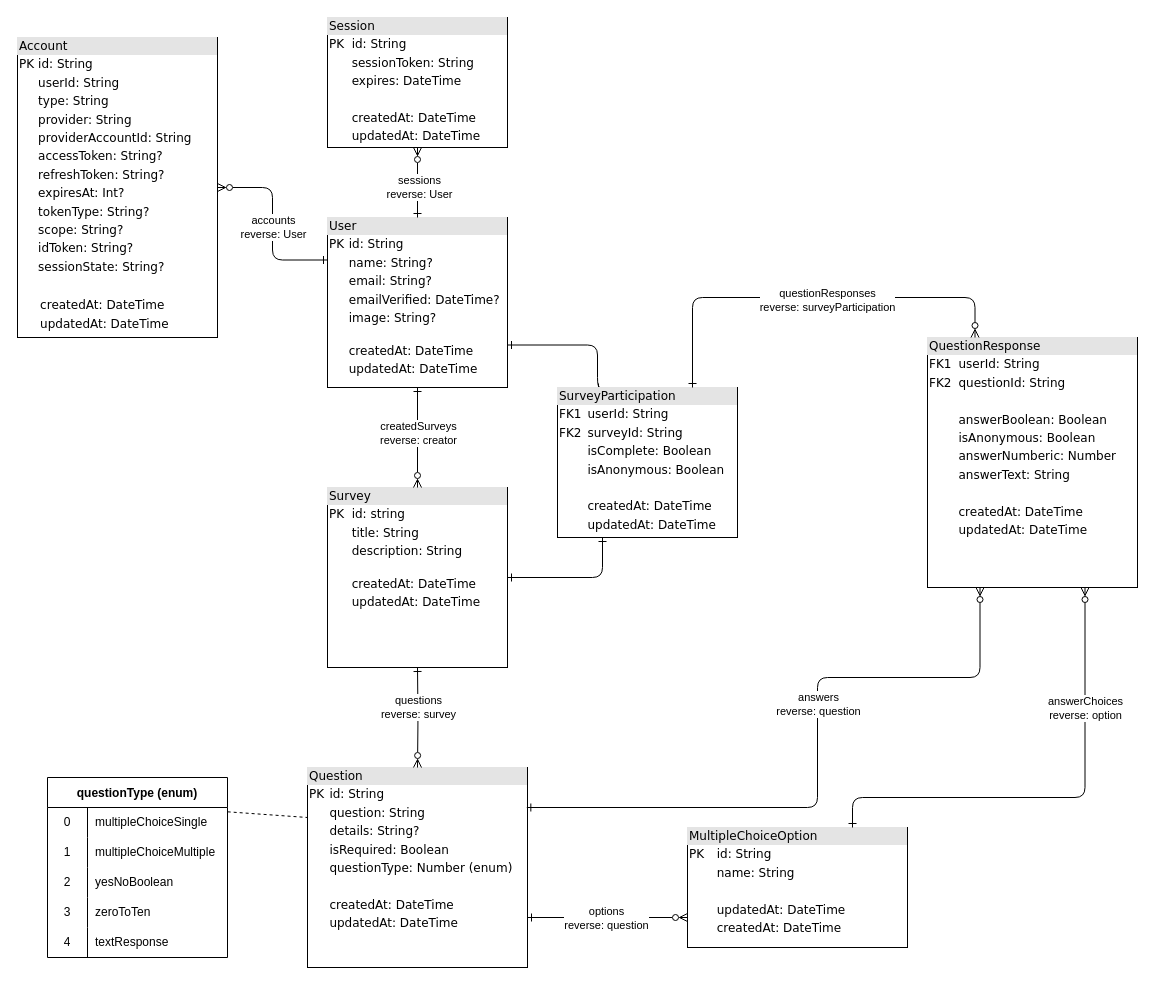
The draw.io diagram _resources/diagrams/anket-database.drawio in c-ehrlich/anket, before the edit. Source tidied: cells renumbered, new cells numbered last; positions are measured from the earlier drawing's top-left corner, leaving out a move shared by most shapes. Both pictures are drawn from the tidied source at 100%, with x=0, y=0 at pixel (17, 17).
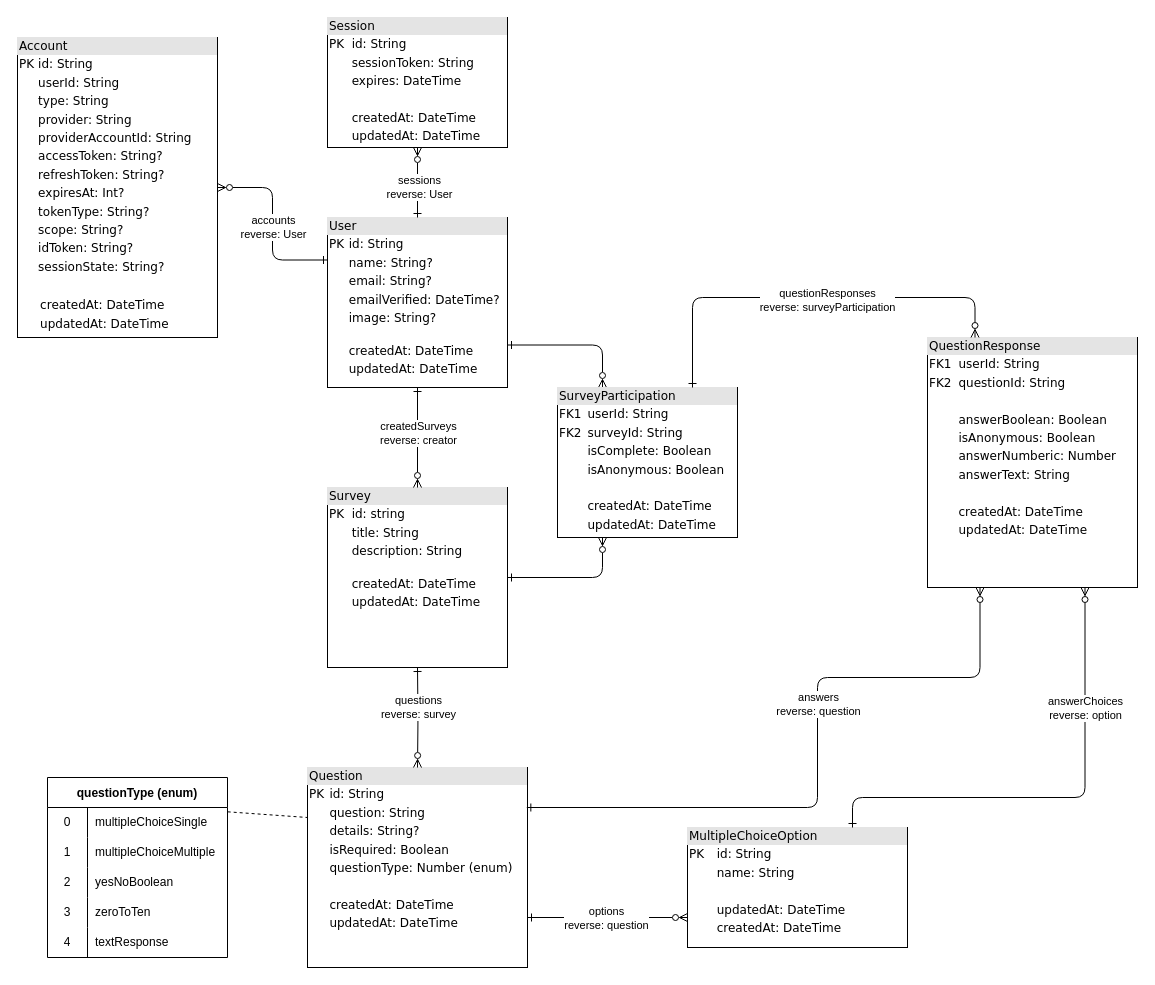
Above is the later version.

Commit message (it also covers changes not shown here):
Create initial Survey schema

The change refers to these unchanged cells:
```xml
<mxCell id="5" value="&lt;div style=&quot;box-sizing: border-box ; width: 100% ; background: #e4e4e4 ; padding: 2px&quot;&gt;SurveyParticipation&lt;/div&gt;&lt;table style=&quot;width: 100% ; font-size: 1em&quot; cellpadding=&quot;2&quot; cellspacing=&quot;0&quot;&gt;&lt;tbody&gt;&lt;tr&gt;&lt;td&gt;FK1&lt;/td&gt;&lt;td&gt;userId: String&lt;/td&gt;&lt;/tr&gt;&lt;tr&gt;&lt;td&gt;FK2&lt;/td&gt;&lt;td&gt;surveyId: String&lt;/td&gt;&lt;/tr&gt;&lt;tr&gt;&lt;td&gt;&lt;/td&gt;&lt;td&gt;isComplete: Boolean&lt;/td&gt;&lt;/tr&gt;&lt;tr&gt;&lt;td&gt;&lt;br&gt;&lt;/td&gt;&lt;td&gt;isAnonymous: Boolean&lt;/td&gt;&lt;/tr&gt;&lt;tr&gt;&lt;td&gt;&lt;br&gt;&lt;/td&gt;&lt;td&gt;&lt;br&gt;&lt;/td&gt;&lt;/tr&gt;&lt;tr&gt;&lt;td&gt;&lt;br&gt;&lt;/td&gt;&lt;td&gt;createdAt: DateTime&lt;/td&gt;&lt;/tr&gt;&lt;tr&gt;&lt;td&gt;&lt;br&gt;&lt;/td&gt;&lt;td&gt;updatedAt: DateTime&lt;/td&gt;&lt;/tr&gt;&lt;/tbody&gt;&lt;/table&gt;" style="verticalAlign=top;align=left;overflow=fill;html=1;rounded=0;shadow=0;comic=0;labelBackgroundColor=none;strokeWidth=1;fontFamily=Verdana;fontSize=12;" parent="1" vertex="1">
  <mxGeometry x="540" y="370" width="180" height="150" as="geometry" />
</mxCell>
<mxCell id="6" value="&lt;div style=&quot;box-sizing: border-box ; width: 100% ; background: #e4e4e4 ; padding: 2px&quot;&gt;Survey&lt;/div&gt;&lt;table style=&quot;width: 100% ; font-size: 1em&quot; cellpadding=&quot;2&quot; cellspacing=&quot;0&quot;&gt;&lt;tbody&gt;&lt;tr&gt;&lt;td&gt;PK&lt;/td&gt;&lt;td&gt;id: string&lt;/td&gt;&lt;/tr&gt;&lt;tr&gt;&lt;td&gt;&lt;br&gt;&lt;/td&gt;&lt;td&gt;title: String&lt;/td&gt;&lt;/tr&gt;&lt;tr&gt;&lt;td&gt;&lt;br&gt;&lt;/td&gt;&lt;td&gt;description: String&lt;br&gt;&lt;br&gt;&lt;/td&gt;&lt;/tr&gt;&lt;tr&gt;&lt;td&gt;&lt;/td&gt;&lt;td&gt;createdAt: DateTime&lt;/td&gt;&lt;/tr&gt;&lt;tr&gt;&lt;td&gt;&lt;br&gt;&lt;/td&gt;&lt;td&gt;updatedAt: DateTime&lt;br&gt;&lt;br&gt;&lt;/td&gt;&lt;/tr&gt;&lt;/tbody&gt;&lt;/table&gt;" style="verticalAlign=top;align=left;overflow=fill;html=1;rounded=0;shadow=0;comic=0;labelBackgroundColor=none;strokeWidth=1;fontFamily=Verdana;fontSize=12;" parent="1" vertex="1">
  <mxGeometry x="310" y="470" width="180" height="180" as="geometry" />
</mxCell>
<mxCell id="10" value="&lt;div style=&quot;box-sizing: border-box ; width: 100% ; background: #e4e4e4 ; padding: 2px&quot;&gt;User&lt;/div&gt;&lt;table style=&quot;width: 100% ; font-size: 1em&quot; cellpadding=&quot;2&quot; cellspacing=&quot;0&quot;&gt;&lt;tbody&gt;&lt;tr&gt;&lt;td&gt;PK&lt;/td&gt;&lt;td&gt;id: String&lt;/td&gt;&lt;/tr&gt;&lt;tr&gt;&lt;td&gt;&lt;br&gt;&lt;/td&gt;&lt;td&gt;name: String?&lt;/td&gt;&lt;/tr&gt;&lt;tr&gt;&lt;td&gt;&lt;/td&gt;&lt;td&gt;email: String?&lt;br&gt;&lt;/td&gt;&lt;/tr&gt;&lt;tr&gt;&lt;td&gt;&lt;br&gt;&lt;/td&gt;&lt;td&gt;emailVerified: DateTime?&lt;/td&gt;&lt;/tr&gt;&lt;tr&gt;&lt;td&gt;&lt;br&gt;&lt;/td&gt;&lt;td&gt;image: String?&lt;br&gt;&lt;br&gt;&lt;/td&gt;&lt;/tr&gt;&lt;tr&gt;&lt;td&gt;&lt;br&gt;&lt;/td&gt;&lt;td&gt;createdAt: DateTime&lt;/td&gt;&lt;/tr&gt;&lt;tr&gt;&lt;td&gt;&lt;br&gt;&lt;/td&gt;&lt;td&gt;updatedAt: DateTime&lt;/td&gt;&lt;/tr&gt;&lt;/tbody&gt;&lt;/table&gt;" style="verticalAlign=top;align=left;overflow=fill;html=1;rounded=0;shadow=0;comic=0;labelBackgroundColor=none;strokeWidth=1;fontFamily=Verdana;fontSize=12;" parent="1" vertex="1">
  <mxGeometry x="310" y="200" width="180" height="170" as="geometry" />
</mxCell>
```

What changed in the source:
```diff
@@
-    <mxCell id="3" style="edgeStyle=orthogonalEdgeStyle;html=1;labelBackgroundColor=none;startArrow=ERone;endArrow=ERone;fontFamily=Verdana;fontSize=12;align=left;endFill=0;startFill=0;entryX=1;entryY=0.5;entryDx=0;entryDy=0;exitX=0.25;exitY=1;exitDx=0;exitDy=0;" parent="1" edge="1" source="5" target="6">
+    <mxCell id="3" style="edgeStyle=orthogonalEdgeStyle;html=1;labelBackgroundColor=none;startArrow=ERzeroToMany;endArrow=ERone;fontFamily=Verdana;fontSize=12;align=left;endFill=0;startFill=0;entryX=1;entryY=0.5;entryDx=0;entryDy=0;exitX=0.25;exitY=1;exitDx=0;exitDy=0;" parent="1" edge="1" source="5" target="6">
       <mxGeometry relative="1" as="geometry" />
     </mxCell>
-    <mxCell id="4" style="edgeStyle=orthogonalEdgeStyle;html=1;entryX=0.25;entryY=0;labelBackgroundColor=none;startArrow=ERone;endArrow=ERone;fontFamily=Verdana;fontSize=12;align=left;entryDx=0;entryDy=0;startFill=0;endFill=0;exitX=1;exitY=0.75;exitDx=0;exitDy=0;" parent="1" edge="1" source="10" target="5">
+    <mxCell id="4" style="edgeStyle=orthogonalEdgeStyle;html=1;entryX=0.25;entryY=0;labelBackgroundColor=none;startArrow=ERone;endArrow=ERzeroToMany;fontFamily=Verdana;fontSize=12;align=left;entryDx=0;entryDy=0;startFill=0;endFill=0;exitX=1;exitY=0.75;exitDx=0;exitDy=0;" parent="1" edge="1" source="10" target="5">
       <mxGeometry relative="1" as="geometry">
         <Array as="points">
-          <mxPoint x="580" y="328" />
-          <mxPoint x="580" y="370" />
+          <mxPoint x="585" y="328" />
         </Array>
       </mxGeometry>
     </mxCell>
```
